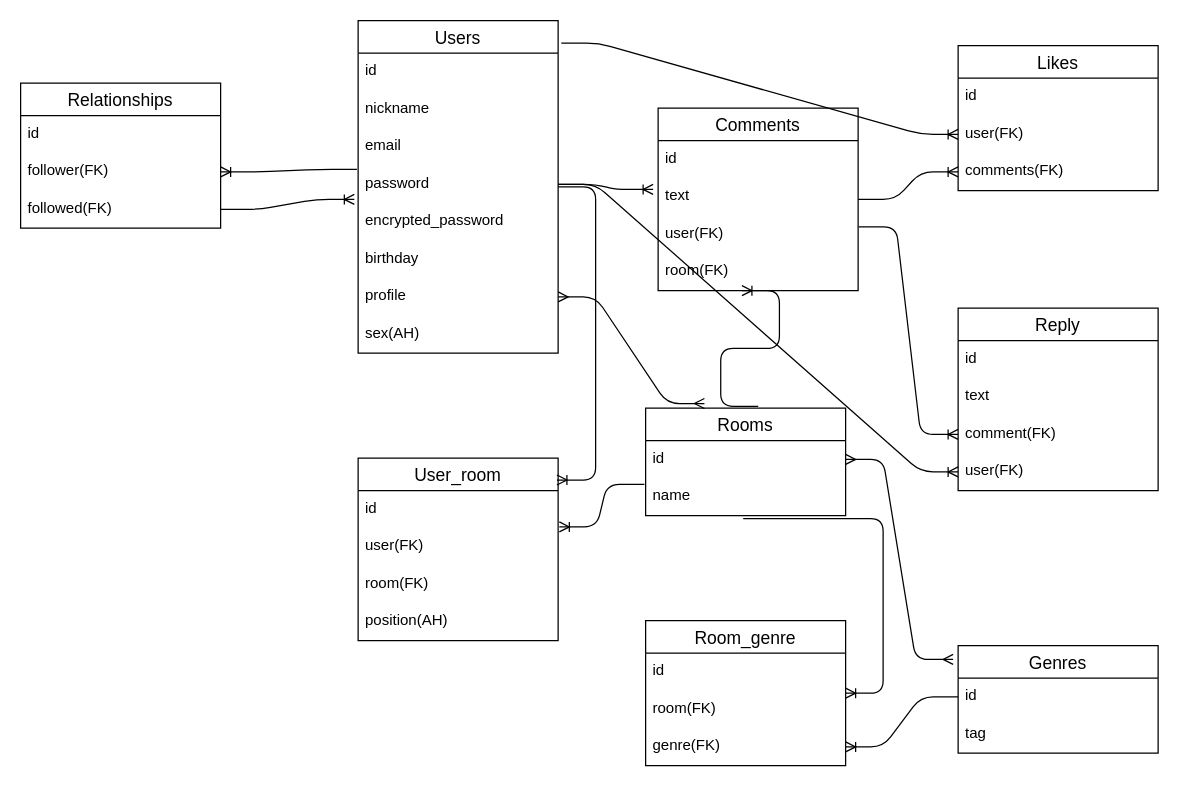
Earlier version of the draw.io diagram ER図.dio (harukicode0/discussion_app_2022). Source tidied: cells renumbered, new cells numbered last; positions are measured from the earlier drawing's top-left corner, leaving out a move shared by most shapes. Both pictures are drawn from the tidied source at 125%, with x=0, y=0 at pixel (20, 20).
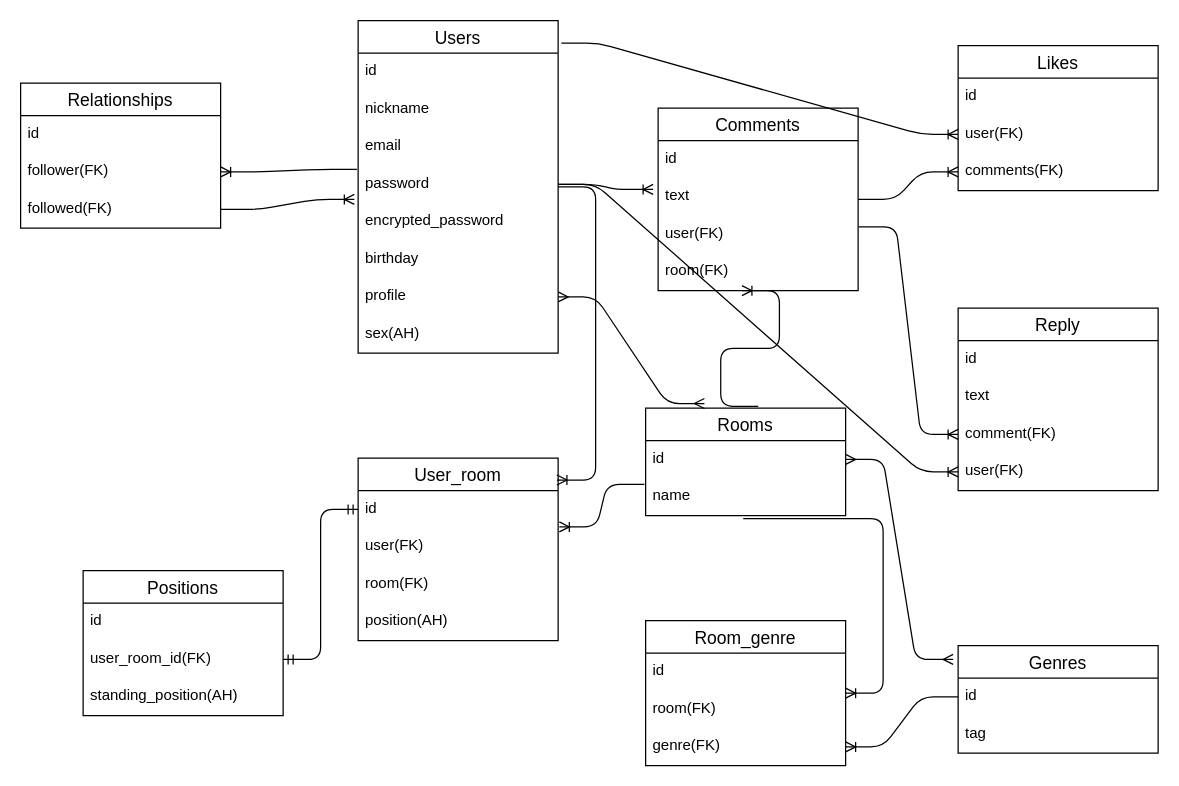
Above is the later version.

Commit message (it also covers changes not shown here):
postionテーブルの作成,standing_postionアクティブハッシュの作成

Unchanged cells that the change refers to:
```xml
<mxCell id="20" value="id" style="text;strokeColor=none;fillColor=none;spacingLeft=4;spacingRight=4;overflow=hidden;points=[[0,0.5],[1,0.5]];portConstraint=eastwest;fontSize=12;" parent="19" vertex="1">
  <mxGeometry y="26" width="160" height="30" as="geometry" />
</mxCell>
```

Diff of the diagram source:
```diff
@@
+    <mxCell id="58" value="Positions" style="swimlane;fontStyle=0;horizontal=1;startSize=26;align=center;fontSize=14;" parent="1" vertex="1">
+      <mxGeometry x="50" y="440" width="160" height="116" as="geometry" />
+    </mxCell>
+    <mxCell id="59" value="id" style="text;strokeColor=none;fillColor=none;spacingLeft=4;spacingRight=4;overflow=hidden;fontSize=12;" parent="58" vertex="1">
+      <mxGeometry y="26" width="160" height="30" as="geometry" />
+    </mxCell>
+    <mxCell id="60" value="user_room_id(FK)" style="text;strokeColor=none;fillColor=none;spacingLeft=4;spacingRight=4;overflow=hidden;points=[[0,0.5],[1,0.5]];portConstraint=eastwest;fontSize=12;" parent="58" vertex="1">
+      <mxGeometry y="56" width="160" height="30" as="geometry" />
+    </mxCell>
+    <mxCell id="61" value="standing_position(AH)" style="text;strokeColor=none;fillColor=none;spacingLeft=4;spacingRight=4;overflow=hidden;fontSize=12;" parent="58" vertex="1">
+      <mxGeometry y="86" width="160" height="30" as="geometry" />
+    </mxCell>
+    <mxCell id="62" style="edgeStyle=entityRelationEdgeStyle;fontSize=12;html=1;endArrow=ERmandOne;startArrow=ERmandOne;entryX=0;entryY=0.5;entryDx=0;entryDy=0;" parent="1" edge="1" source="60" target="20">
+      <mxGeometry relative="1" as="geometry" />
+    </mxCell>
```
